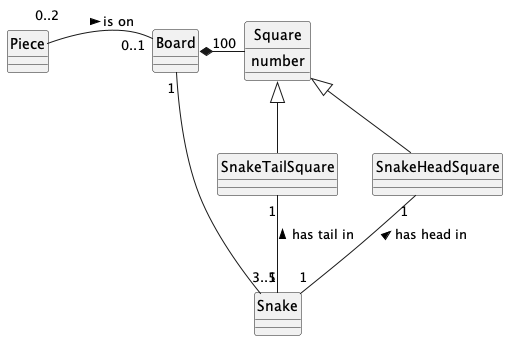
Before: book/modeling/modelingStructures/classDiagramsIntermediate/images/snakes-board-piece.png, a diagram exported from PlantUML (nus-tic2002-AY2526S1/website). Its source is kept beside it as book/modeling/modelingStructures/classDiagramsIntermediate/images/snakes-board-piece.puml. The source it was exported from:
```plantuml
@startuml
skinparam classAttributeIconSize 0
skinparam backgroundcolor transparent
skinparam shadowing false
hide circle
class Board
class Square {
number
}
class SnakeHeadSquare
class SnakeTailSquare
class Snake
class Piece

Square <|-- SnakeHeadSquare
Square <|-- SnakeTailSquare
Board *-right- "100" Square
Snake "1" -up- "1" SnakeHeadSquare : has head in >
Snake "1" -up- "1" SnakeTailSquare : has tail in >
Board "1" -- "3..5" Snake
Board "0..1" -left- "0..2" Piece :       is on <


@enduml
```
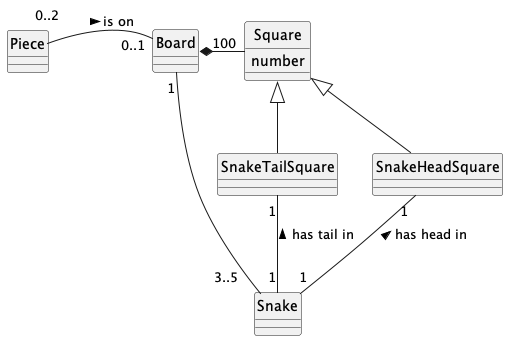
Above is the later version.

Diff of the diagram source:
```diff
@@ -17,8 +17,7 @@
 Board *-right- "100" Square
 Snake "1" -up- "1" SnakeHeadSquare : has head in >
 Snake "1" -up- "1" SnakeTailSquare : has tail in >
-Board "1" -- "3..5" Snake
+Board "1" -- "3..5   " Snake
 Board "0..1" -left- "0..2" Piece :       is on <
 
-
 @enduml
```
